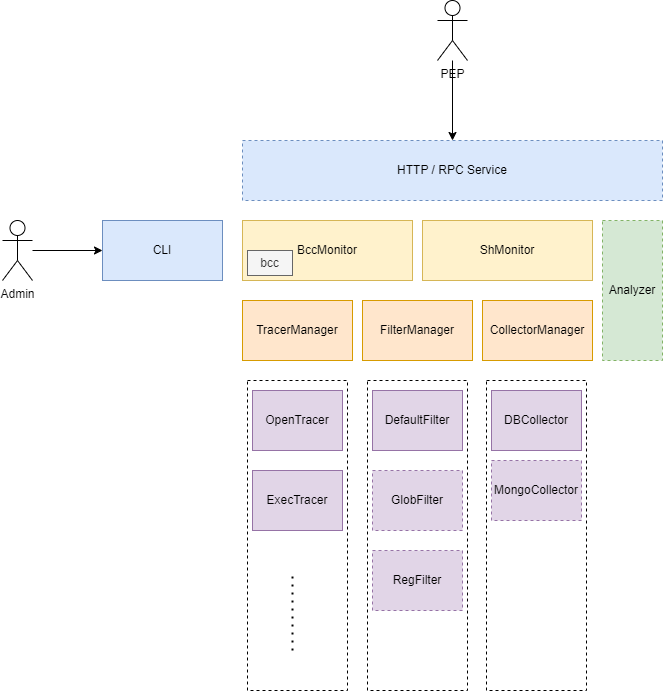
This is docs/design/image/architecture.png from hitsz-ids/duetector, a draw.io export, as it was before one commit. Source tidied: cells renumbered, new cells last; positions are measured from the earlier drawing's top-left corner, leaving out a move shared by most shapes.
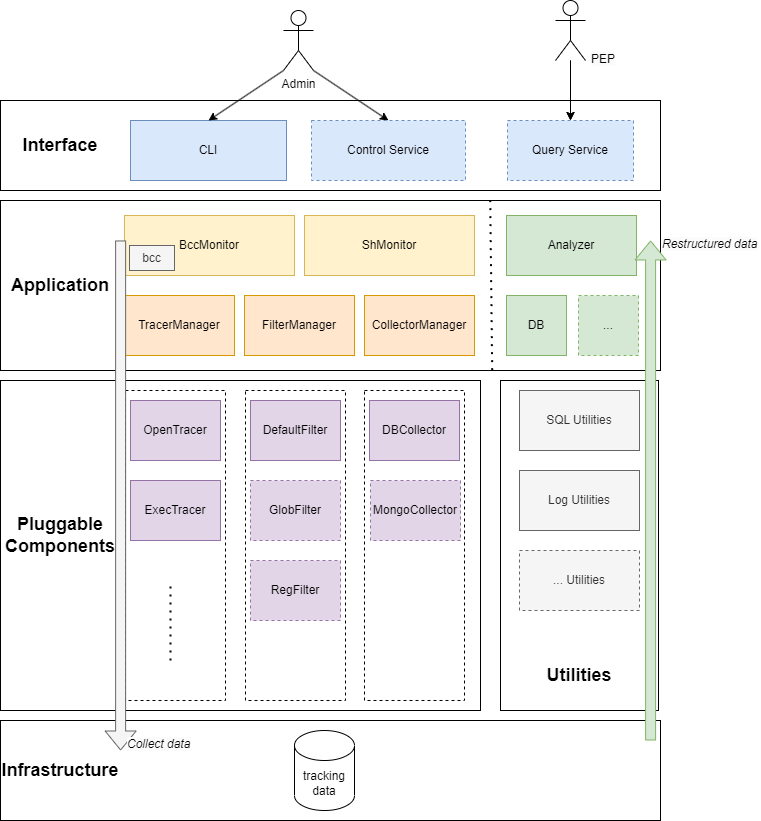
The same diagram one commit later.

Change to the diagram source:
```diff
@@ -2,77 +2,152 @@
   <root>
     <mxCell id="0" />
     <mxCell id="1" parent="0" />
+    <mxCell id="26" style="rounded=0;whiteSpace=wrap;html=1;" parent="1" vertex="1">
+      <mxGeometry x="10" y="80" width="660" height="90" as="geometry" />
+    </mxCell>
+    <mxCell id="27" style="rounded=0;whiteSpace=wrap;html=1;" parent="1" vertex="1">
+      <mxGeometry x="10" y="180" width="660" height="170" as="geometry" />
+    </mxCell>
+    <mxCell id="28" style="rounded=0;whiteSpace=wrap;html=1;" parent="1" vertex="1">
+      <mxGeometry x="510" y="360" width="158" height="330" as="geometry" />
+    </mxCell>
+    <mxCell id="29" style="rounded=0;whiteSpace=wrap;html=1;" parent="1" vertex="1">
+      <mxGeometry x="10" y="360" width="480" height="330" as="geometry" />
+    </mxCell>
     <mxCell id="2" style="edgeStyle=none;html=1;" parent="1" edge="1" source="23" target="4">
       <mxGeometry relative="1" as="geometry" />
     </mxCell>
     <mxCell id="3" style="rounded=0;whiteSpace=wrap;html=1;dashed=1;" parent="1" vertex="1">
-      <mxGeometry x="245" y="380" width="100" height="310" as="geometry" />
+      <mxGeometry x="135" y="370" width="100" height="310" as="geometry" />
     </mxCell>
-    <mxCell id="4" value="HTTP / RPC Service" style="rounded=0;whiteSpace=wrap;html=1;fillColor=#dae8fc;strokeColor=#6c8ebf;dashed=1;" parent="1" vertex="1">
-      <mxGeometry x="240" y="140" width="420" height="60" as="geometry" />
+    <mxCell id="4" value="Query Service" style="rounded=0;whiteSpace=wrap;html=1;fillColor=#dae8fc;strokeColor=#6c8ebf;dashed=1;" parent="1" vertex="1">
+      <mxGeometry x="517" y="100" width="126" height="60" as="geometry" />
     </mxCell>
     <mxCell id="5" value="BccMonitor" style="rounded=0;whiteSpace=wrap;html=1;fillColor=#fff2cc;strokeColor=#d6b656;" parent="1" vertex="1">
-      <mxGeometry x="240" y="220" width="170" height="60" as="geometry" />
+      <mxGeometry x="134" y="195" width="170" height="60" as="geometry" />
     </mxCell>
     <mxCell id="6" value="TracerManager" style="rounded=0;whiteSpace=wrap;html=1;fillColor=#ffe6cc;strokeColor=#d79b00;" parent="1" vertex="1">
-      <mxGeometry x="240" y="300" width="110" height="60" as="geometry" />
+      <mxGeometry x="134" y="275" width="110" height="60" as="geometry" />
     </mxCell>
     <mxCell id="7" value="ShMonitor" style="rounded=0;whiteSpace=wrap;html=1;fillColor=#fff2cc;strokeColor=#d6b656;" parent="1" vertex="1">
-      <mxGeometry x="420" y="220" width="170" height="60" as="geometry" />
+      <mxGeometry x="314" y="195" width="170" height="60" as="geometry" />
     </mxCell>
     <mxCell id="8" value="FilterManager" style="rounded=0;whiteSpace=wrap;html=1;fillColor=#ffe6cc;strokeColor=#d79b00;" parent="1" vertex="1">
-      <mxGeometry x="360" y="300" width="110" height="60" as="geometry" />
+      <mxGeometry x="254" y="275" width="110" height="60" as="geometry" />
     </mxCell>
     <mxCell id="9" value="CollectorManager" style="rounded=0;whiteSpace=wrap;html=1;fillColor=#ffe6cc;strokeColor=#d79b00;" parent="1" vertex="1">
-      <mxGeometry x="480" y="300" width="110" height="60" as="geometry" />
+      <mxGeometry x="374" y="275" width="110" height="60" as="geometry" />
     </mxCell>
     <mxCell id="10" value="OpenTracer" style="rounded=0;whiteSpace=wrap;html=1;fillColor=#e1d5e7;strokeColor=#9673a6;" parent="1" vertex="1">
-      <mxGeometry x="250" y="390" width="90" height="60" as="geometry" />
+      <mxGeometry x="140" y="380" width="90" height="60" as="geometry" />
     </mxCell>
     <mxCell id="11" style="rounded=0;whiteSpace=wrap;html=1;dashed=1;" parent="1" vertex="1">
-      <mxGeometry x="365" y="380" width="100" height="310" as="geometry" />
+      <mxGeometry x="255" y="370" width="100" height="310" as="geometry" />
     </mxCell>
     <mxCell id="12" value="DefaultFilter" style="rounded=0;whiteSpace=wrap;html=1;fillColor=#e1d5e7;strokeColor=#9673a6;" parent="1" vertex="1">
-      <mxGeometry x="370" y="390" width="90" height="60" as="geometry" />
+      <mxGeometry x="260" y="380" width="90" height="60" as="geometry" />
     </mxCell>
     <mxCell id="13" value="GlobFilter" style="rounded=0;whiteSpace=wrap;html=1;dashed=1;fillColor=#e1d5e7;strokeColor=#9673a6;" parent="1" vertex="1">
-      <mxGeometry x="370" y="470" width="90" height="60" as="geometry" />
+      <mxGeometry x="260" y="460" width="90" height="60" as="geometry" />
     </mxCell>
     <mxCell id="14" value="RegFilter" style="rounded=0;whiteSpace=wrap;html=1;dashed=1;fillColor=#e1d5e7;strokeColor=#9673a6;" parent="1" vertex="1">
-      <mxGeometry x="370" y="550" width="90" height="60" as="geometry" />
+      <mxGeometry x="260" y="540" width="90" height="60" as="geometry" />
     </mxCell>
     <mxCell id="15" value="ExecTracer" style="rounded=0;whiteSpace=wrap;html=1;fillColor=#e1d5e7;strokeColor=#9673a6;" parent="1" vertex="1">
-      <mxGeometry x="250" y="470" width="90" height="60" as="geometry" />
+      <mxGeometry x="140" y="460" width="90" height="60" as="geometry" />
     </mxCell>
     <mxCell id="16" style="endArrow=none;dashed=1;html=1;dashPattern=1 3;strokeWidth=2;entryX=0.45;entryY=0.613;entryDx=0;entryDy=0;entryPerimeter=0;exitX=0.45;exitY=0.871;exitDx=0;exitDy=0;exitPerimeter=0;" parent="1" edge="1" source="3" target="3">
       <mxGeometry relative="1" as="geometry" />
     </mxCell>
     <mxCell id="17" style="rounded=0;whiteSpace=wrap;html=1;dashed=1;" parent="1" vertex="1">
-      <mxGeometry x="484" y="380" width="100" height="310" as="geometry" />
+      <mxGeometry x="374" y="370" width="100" height="310" as="geometry" />
     </mxCell>
     <mxCell id="18" value="DBCollector" style="rounded=0;whiteSpace=wrap;html=1;fillColor=#e1d5e7;strokeColor=#9673a6;" parent="1" vertex="1">
-      <mxGeometry x="489" y="390" width="90" height="60" as="geometry" />
+      <mxGeometry x="379" y="380" width="90" height="60" as="geometry" />
     </mxCell>
     <mxCell id="19" value="MongoCollector" style="rounded=0;whiteSpace=wrap;html=1;dashed=1;fillColor=#e1d5e7;strokeColor=#9673a6;" parent="1" vertex="1">
-      <mxGeometry x="489" y="460" width="90" height="60" as="geometry" />
+      <mxGeometry x="380" y="460" width="90" height="60" as="geometry" />
     </mxCell>
     <mxCell id="20" value="CLI" style="rounded=0;whiteSpace=wrap;html=1;fillColor=#dae8fc;strokeColor=#6c8ebf;" parent="1" vertex="1">
-      <mxGeometry x="100" y="220" width="120" height="60" as="geometry" />
+      <mxGeometry x="140" y="100" width="156" height="60" as="geometry" />
     </mxCell>
+    <mxCell id="30" style="edgeStyle=none;html=1;fontSize=18;exitX=1;exitY=1;exitDx=0;exitDy=0;exitPerimeter=0;entryX=0.5;entryY=0;entryDx=0;entryDy=0;" parent="1" edge="1" source="22" target="36">
+      <mxGeometry relative="1" as="geometry" />
+    </mxCell>
-    <mxCell id="21" style="edgeStyle=none;html=1;" parent="1" edge="1" source="22" target="20">
+    <mxCell id="21" style="edgeStyle=none;html=1;exitX=0;exitY=1;exitDx=0;exitDy=0;exitPerimeter=0;entryX=0.5;entryY=0;entryDx=0;entryDy=0;fontSize=18;" parent="1" edge="1" source="22" target="20">
       <mxGeometry relative="1" as="geometry" />
     </mxCell>
     <mxCell id="22" value="Admin" style="shape=umlActor;verticalLabelPosition=bottom;verticalAlign=top;html=1;outlineConnect=0;" parent="1" vertex="1">
-      <mxGeometry y="220" width="30" height="60" as="geometry" />
+      <mxGeometry x="293" y="-10" width="30" height="60" as="geometry" />
     </mxCell>
-    <mxCell id="23" value="PEP" style="shape=umlActor;verticalLabelPosition=bottom;verticalAlign=top;html=1;outlineConnect=0;" parent="1" vertex="1">
-      <mxGeometry x="435" width="30" height="60" as="geometry" />
-    </mxCell>
     <mxCell id="24" value="bcc" style="rounded=0;whiteSpace=wrap;html=1;fillColor=#f5f5f5;strokeColor=#666666;fontColor=#333333;" parent="1" vertex="1">
-      <mxGeometry x="245" y="250" width="45" height="25" as="geometry" />
+      <mxGeometry x="139" y="225" width="45" height="25" as="geometry" />
     </mxCell>
-    <mxCell id="25" value="Analyzer" style="rounded=0;whiteSpace=wrap;html=1;fillColor=#d5e8d4;strokeColor=#82b366;dashed=1;" parent="1" vertex="1">
-      <mxGeometry x="600" y="220" width="60" height="140" as="geometry" />
+    <mxCell id="25" value="Analyzer" style="rounded=0;whiteSpace=wrap;html=1;fillColor=#d5e8d4;strokeColor=#82b366;" parent="1" vertex="1">
+      <mxGeometry x="516" y="195" width="130" height="60" as="geometry" />
     </mxCell>
+    <mxCell id="31" value="SQL Utilities" style="rounded=0;whiteSpace=wrap;html=1;fillColor=#f5f5f5;fontColor=#333333;strokeColor=#666666;" parent="1" vertex="1">
+      <mxGeometry x="529" y="370" width="120" height="60" as="geometry" />
+    </mxCell>
+    <mxCell id="32" value="Log Utilities" style="rounded=0;whiteSpace=wrap;html=1;fillColor=#f5f5f5;fontColor=#333333;strokeColor=#666666;" parent="1" vertex="1">
+      <mxGeometry x="529" y="450" width="120" height="60" as="geometry" />
+    </mxCell>
+    <mxCell id="33" value="... Utilities" style="rounded=0;whiteSpace=wrap;html=1;fillColor=#f5f5f5;fontColor=#333333;strokeColor=#666666;dashed=1;" parent="1" vertex="1">
+      <mxGeometry x="529" y="530" width="120" height="60" as="geometry" />
+    </mxCell>
+    <mxCell id="34" value="DB" style="rounded=0;whiteSpace=wrap;html=1;fillColor=#d5e8d4;strokeColor=#82b366;" parent="1" vertex="1">
+      <mxGeometry x="516" y="275" width="60" height="60" as="geometry" />
+    </mxCell>
+    <mxCell id="35" value="..." style="rounded=0;whiteSpace=wrap;html=1;fillColor=#d5e8d4;strokeColor=#82b366;dashed=1;" parent="1" vertex="1">
+      <mxGeometry x="588" y="275" width="60" height="60" as="geometry" />
+    </mxCell>
+    <mxCell id="36" value="Control Service" style="rounded=0;whiteSpace=wrap;html=1;fillColor=#dae8fc;strokeColor=#6c8ebf;dashed=1;" parent="1" vertex="1">
+      <mxGeometry x="321" y="100" width="154" height="60" as="geometry" />
+    </mxCell>
+    <mxCell id="37" value="Pluggable Components" style="text;html=1;strokeColor=none;fillColor=none;align=center;verticalAlign=middle;whiteSpace=wrap;rounded=0;dashed=1;fontStyle=1;fontSize=18;" parent="1" vertex="1">
+      <mxGeometry x="40" y="500" width="60" height="30" as="geometry" />
+    </mxCell>
+    <mxCell id="38" value="Utilities" style="text;html=1;strokeColor=none;fillColor=none;align=center;verticalAlign=middle;whiteSpace=wrap;rounded=0;dashed=1;fontStyle=1;fontSize=18;" parent="1" vertex="1">
+      <mxGeometry x="559" y="640" width="60" height="30" as="geometry" />
+    </mxCell>
+    <mxCell id="39" style="edgeStyle=none;html=1;fontSize=18;" parent="1" edge="1" source="23" target="4">
+      <mxGeometry relative="1" as="geometry" />
+    </mxCell>
+    <mxCell id="23" style="shape=umlActor;verticalLabelPosition=bottom;verticalAlign=top;html=1;outlineConnect=0;" parent="1" vertex="1">
+      <mxGeometry x="565" y="-20" width="30" height="60" as="geometry" />
+    </mxCell>
+    <mxCell id="40" value="&lt;span style=&quot;color: rgb(0, 0, 0); font-family: Helvetica; font-size: 12px; font-style: normal; font-variant-ligatures: normal; font-variant-caps: normal; font-weight: 400; letter-spacing: normal; orphans: 2; text-align: center; text-indent: 0px; text-transform: none; widows: 2; word-spacing: 0px; -webkit-text-stroke-width: 0px; background-color: rgb(251, 251, 251); text-decoration-thickness: initial; text-decoration-style: initial; text-decoration-color: initial; float: none; display: inline !important;&quot;&gt;PEP&lt;/span&gt;" style="text;whiteSpace=wrap;html=1;fontSize=18;" parent="1" vertex="1">
+      <mxGeometry x="599" y="20" width="60" height="50" as="geometry" />
+    </mxCell>
+    <mxCell id="41" value="Interface" style="text;html=1;strokeColor=none;fillColor=none;align=center;verticalAlign=middle;whiteSpace=wrap;rounded=0;dashed=1;fontStyle=1;fontSize=18;" parent="1" vertex="1">
+      <mxGeometry x="40" y="110" width="60" height="30" as="geometry" />
+    </mxCell>
+    <mxCell id="42" style="rounded=0;whiteSpace=wrap;html=1;" parent="1" vertex="1">
+      <mxGeometry x="10" y="700" width="660" height="100" as="geometry" />
+    </mxCell>
+    <mxCell id="43" value="tracking data" style="shape=cylinder3;whiteSpace=wrap;html=1;boundedLbl=1;backgroundOutline=1;size=15;" parent="1" vertex="1">
+      <mxGeometry x="304" y="710" width="60" height="80" as="geometry" />
+    </mxCell>
+    <mxCell id="44" value="Infrastructure" style="text;html=1;strokeColor=none;fillColor=none;align=center;verticalAlign=middle;whiteSpace=wrap;rounded=0;dashed=1;fontStyle=1;fontSize=18;" parent="1" vertex="1">
+      <mxGeometry x="40" y="735" width="60" height="30" as="geometry" />
+    </mxCell>
+    <mxCell id="45" style="endArrow=none;dashed=1;html=1;dashPattern=1 3;strokeWidth=2;fontSize=18;entryX=0.742;entryY=0;entryDx=0;entryDy=0;exitX=0.745;exitY=0.998;exitDx=0;exitDy=0;entryPerimeter=0;exitPerimeter=0;" parent="1" edge="1" source="27" target="27">
+      <mxGeometry relative="1" as="geometry" />
+    </mxCell>
+    <mxCell id="46" style="shape=flexArrow;endArrow=classic;html=1;fontSize=18;exitX=0.182;exitY=0.235;exitDx=0;exitDy=0;exitPerimeter=0;entryX=0.182;entryY=0.3;entryDx=0;entryDy=0;entryPerimeter=0;fillColor=#f5f5f5;strokeColor=#666666;" parent="1" edge="1" source="27" target="42">
+      <mxGeometry relative="1" as="geometry" />
+    </mxCell>
+    <mxCell id="47" value="Application" style="text;html=1;strokeColor=none;fillColor=none;align=center;verticalAlign=middle;whiteSpace=wrap;rounded=0;dashed=1;fontStyle=1;fontSize=18;" parent="1" vertex="1">
+      <mxGeometry x="40" y="250" width="60" height="30" as="geometry" />
+    </mxCell>
+    <mxCell id="48" style="shape=flexArrow;endArrow=classic;html=1;fontSize=18;entryX=0.985;entryY=0.235;entryDx=0;entryDy=0;entryPerimeter=0;exitX=0.985;exitY=0.2;exitDx=0;exitDy=0;exitPerimeter=0;fillColor=#d5e8d4;strokeColor=#82b366;" parent="1" edge="1" source="42" target="27">
+      <mxGeometry relative="1" as="geometry" />
+    </mxCell>
+    <mxCell id="49" value="&lt;span style=&quot;color: rgb(0, 0, 0); font-family: Helvetica; font-size: 12px; font-variant-ligatures: normal; font-variant-caps: normal; font-weight: 400; letter-spacing: normal; orphans: 2; text-align: center; text-indent: 0px; text-transform: none; widows: 2; word-spacing: 0px; -webkit-text-stroke-width: 0px; background-color: rgb(251, 251, 251); text-decoration-thickness: initial; text-decoration-style: initial; text-decoration-color: initial; float: none; display: inline !important;&quot;&gt;Collect data&lt;/span&gt;" style="text;whiteSpace=wrap;html=1;fontSize=12;fontStyle=2;" parent="1" vertex="1">
+      <mxGeometry x="135" y="710" width="70" height="30" as="geometry" />
+    </mxCell>
+    <mxCell id="50" value="&lt;span style=&quot;color: rgb(0, 0, 0); font-family: Helvetica; font-size: 12px; font-variant-ligatures: normal; font-variant-caps: normal; font-weight: 400; letter-spacing: normal; orphans: 2; text-align: center; text-indent: 0px; text-transform: none; widows: 2; word-spacing: 0px; -webkit-text-stroke-width: 0px; background-color: rgb(251, 251, 251); text-decoration-thickness: initial; text-decoration-style: initial; text-decoration-color: initial; float: none; display: inline !important;&quot;&gt;Restructured data&lt;/span&gt;" style="text;whiteSpace=wrap;html=1;fontSize=12;fontStyle=2;" parent="1" vertex="1">
+      <mxGeometry x="670" y="210" width="100" height="30" as="geometry" />
+    </mxCell>
   </root>
 </mxGraphModel>
```
